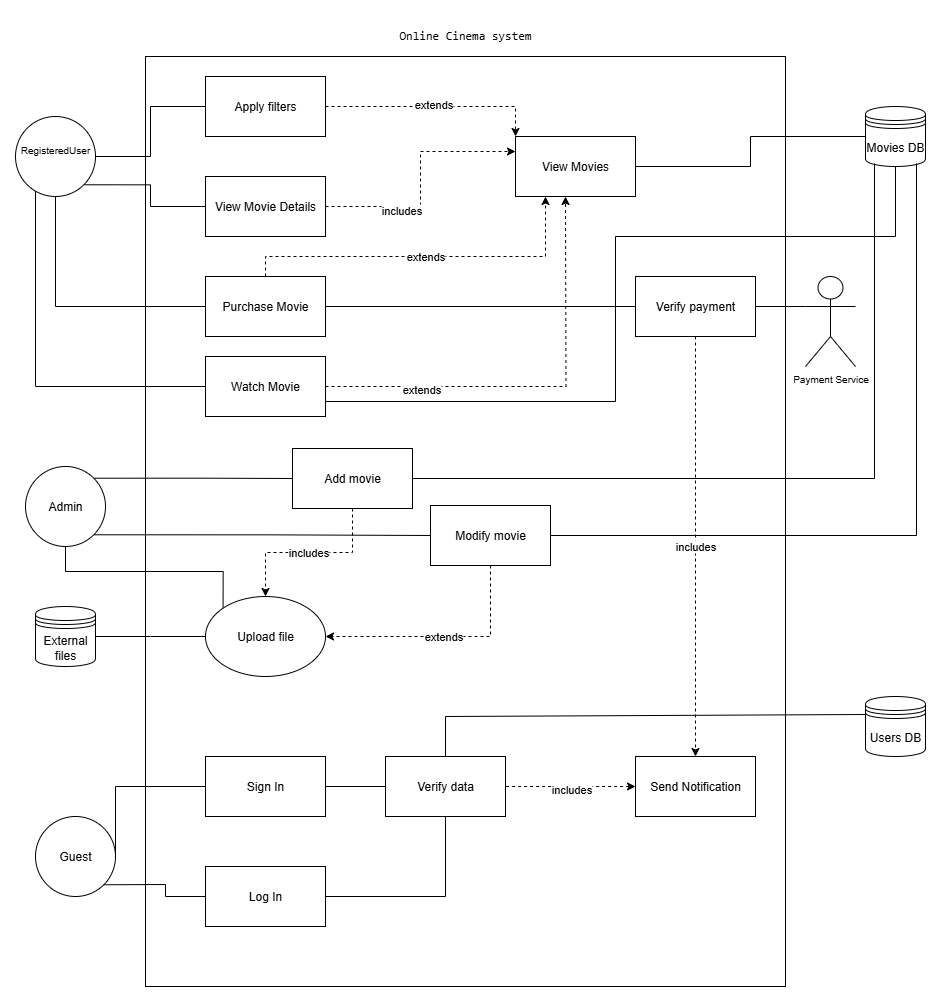
Above: cinema-uml-project/diagrams/use-case.png in karmazio/cpp-programming-course (draw.io), before the change. Source tidied: cells renumbered, new cells last; positions are measured from the earlier drawing's top-left corner, leaving out a move shared by most shapes.
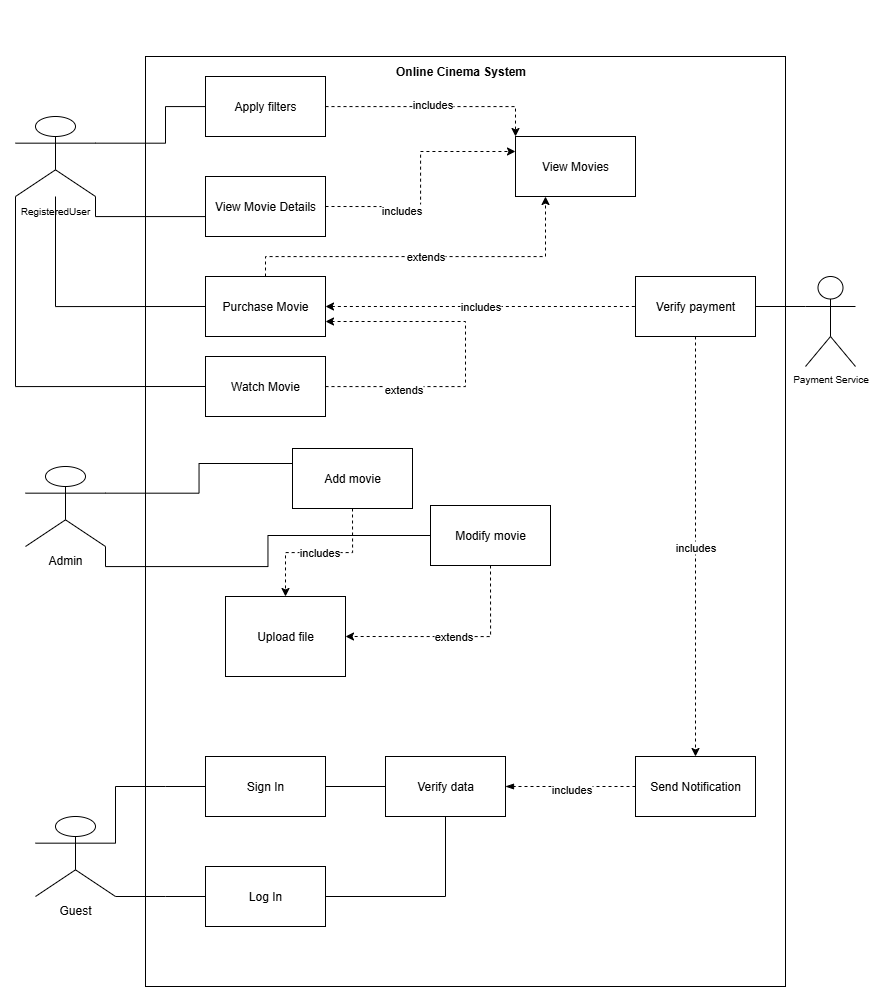
After the commit.

Commit message:
Homework 7: second commit UML fixes

Change to the diagram source:
```diff
@@ -2,42 +2,48 @@
   <root>
     <mxCell id="0" />
     <mxCell id="1" parent="0" />
-    <mxCell id="2" value="&lt;pre style=&quot;padding-top: 0px;&quot;&gt;Online Cinema system&lt;/pre&gt;" style="rounded=0;whiteSpace=wrap;html=1;align=center;labelPosition=center;verticalLabelPosition=top;verticalAlign=bottom;textDirection=ltr;" parent="1" vertex="1">
+    <mxCell id="2" value="&lt;pre style=&quot;padding-top: 0px;&quot;&gt;&lt;br&gt;&lt;/pre&gt;" style="rounded=0;whiteSpace=wrap;html=1;align=center;labelPosition=center;verticalLabelPosition=top;verticalAlign=bottom;textDirection=ltr;" parent="1" vertex="1">
       <mxGeometry x="130" width="640" height="930" as="geometry" />
     </mxCell>
-    <mxCell id="3" value="Guest" style="ellipse;whiteSpace=wrap;html=1;labelPosition=center;verticalLabelPosition=middle;align=center;verticalAlign=middle;" parent="1" vertex="1">
+    <mxCell id="3" value="Guest" style="whiteSpace=wrap;html=1;labelPosition=center;verticalLabelPosition=bottom;align=center;verticalAlign=top;shape=umlActor;" parent="1" vertex="1">
       <mxGeometry x="20" y="760" width="80" height="80" as="geometry" />
     </mxCell>
-    <mxCell id="4" style="edgeStyle=orthogonalEdgeStyle;rounded=0;jettySize=auto;html=1;endArrow=none;endFill=0;" parent="1" edge="1" source="8" target="16">
-      <mxGeometry relative="1" as="geometry" />
+    <mxCell id="4" style="edgeStyle=orthogonalEdgeStyle;rounded=0;jettySize=auto;html=1;endArrow=none;endFill=0;exitX=1;exitY=0.3333333333333333;exitDx=0;exitDy=0;exitPerimeter=0;" parent="1" edge="1" source="8" target="16">
+      <mxGeometry relative="1" as="geometry">
+        <Array as="points">
+          <mxPoint x="150" y="87" />
+          <mxPoint x="150" y="50" />
+        </Array>
+      </mxGeometry>
     </mxCell>
-    <mxCell id="5" style="edgeStyle=orthogonalEdgeStyle;rounded=0;jettySize=auto;html=1;exitX=1;exitY=1;exitDx=0;exitDy=0;entryX=0;entryY=0.5;entryDx=0;entryDy=0;endArrow=none;endFill=0;" parent="1" edge="1" source="8" target="19">
-      <mxGeometry relative="1" as="geometry" />
+    <mxCell id="5" style="edgeStyle=orthogonalEdgeStyle;rounded=0;jettySize=auto;html=1;endArrow=none;endFill=0;exitX=1;exitY=1;exitDx=0;exitDy=0;exitPerimeter=0;entryX=0;entryY=0.75;entryDx=0;entryDy=0;" parent="1" edge="1" source="8" target="19">
+      <mxGeometry relative="1" as="geometry">
+        <Array as="points">
+          <mxPoint x="80" y="160" />
+          <mxPoint x="190" y="160" />
+        </Array>
+      </mxGeometry>
     </mxCell>
     <mxCell id="6" style="edgeStyle=orthogonalEdgeStyle;rounded=0;jettySize=auto;html=1;exitX=0.5;exitY=1;exitDx=0;exitDy=0;entryX=0;entryY=0.5;entryDx=0;entryDy=0;endArrow=none;endFill=0;" parent="1" edge="1" source="8" target="36">
       <mxGeometry relative="1" as="geometry" />
     </mxCell>
-    <mxCell id="7" style="edgeStyle=orthogonalEdgeStyle;rounded=0;jettySize=auto;html=1;exitX=0;exitY=1;exitDx=0;exitDy=0;entryX=0;entryY=0.5;entryDx=0;entryDy=0;endArrow=none;endFill=0;" parent="1" edge="1" source="8" target="44">
+    <mxCell id="7" style="edgeStyle=orthogonalEdgeStyle;rounded=0;jettySize=auto;html=1;exitX=0;exitY=1;exitDx=0;exitDy=0;entryX=0;entryY=0.5;entryDx=0;entryDy=0;endArrow=none;endFill=0;exitPerimeter=0;" parent="1" edge="1" source="8" target="44">
       <mxGeometry relative="1" as="geometry">
         <Array as="points">
-          <mxPoint x="20" y="128" />
-          <mxPoint x="20" y="330" />
+          <mxPoint y="330" />
         </Array>
       </mxGeometry>
     </mxCell>
-    <mxCell id="8" value="&lt;font style=&quot;font-size: 10px;&quot;&gt;RegisteredUser&lt;/font&gt;&lt;div&gt;&lt;br&gt;&lt;/div&gt;" style="ellipse;whiteSpace=wrap;html=1;" parent="1" vertex="1">
+    <mxCell id="8" value="&lt;font style=&quot;font-size: 10px;&quot;&gt;RegisteredUser&lt;/font&gt;&lt;div&gt;&lt;br&gt;&lt;/div&gt;" style="whiteSpace=wrap;html=1;shape=umlActor;verticalLabelPosition=bottom;verticalAlign=top;" parent="1" vertex="1">
       <mxGeometry y="60" width="80" height="80" as="geometry" />
     </mxCell>
-    <mxCell id="9" style="edgeStyle=orthogonalEdgeStyle;rounded=0;jettySize=auto;html=1;exitX=1;exitY=0;exitDx=0;exitDy=0;endArrow=none;endFill=0;" parent="1" edge="1" source="12" target="48">
+    <mxCell id="9" style="edgeStyle=orthogonalEdgeStyle;rounded=0;jettySize=auto;html=1;exitX=1;exitY=0.3333333333333333;exitDx=0;exitDy=0;endArrow=none;endFill=0;entryX=0;entryY=0.25;entryDx=0;entryDy=0;exitPerimeter=0;" parent="1" edge="1" source="12" target="48">
       <mxGeometry relative="1" as="geometry" />
     </mxCell>
     <mxCell id="10" style="edgeStyle=orthogonalEdgeStyle;rounded=0;jettySize=auto;html=1;exitX=1;exitY=1;exitDx=0;exitDy=0;entryX=0;entryY=0.5;entryDx=0;entryDy=0;endArrow=none;endFill=0;" parent="1" edge="1" source="12" target="50">
       <mxGeometry relative="1" as="geometry" />
     </mxCell>
-    <mxCell id="11" style="edgeStyle=orthogonalEdgeStyle;rounded=0;jettySize=auto;html=1;exitX=0.5;exitY=1;exitDx=0;exitDy=0;entryX=0;entryY=0;entryDx=0;entryDy=0;endArrow=none;endFill=0;" parent="1" edge="1" source="12" target="51">
-      <mxGeometry relative="1" as="geometry" />
-    </mxCell>
-    <mxCell id="12" value="Admin" style="ellipse;whiteSpace=wrap;html=1;" parent="1" vertex="1">
+    <mxCell id="12" value="Admin" style="whiteSpace=wrap;html=1;shape=umlActor;verticalLabelPosition=bottom;verticalAlign=top;" parent="1" vertex="1">
       <mxGeometry x="10" y="410" width="80" height="80" as="geometry" />
     </mxCell>
     <mxCell id="13" value="View Movies" style="rounded=0;whiteSpace=wrap;html=1;" parent="1" vertex="1">
@@ -46,7 +52,7 @@
     <mxCell id="14" style="edgeStyle=orthogonalEdgeStyle;rounded=0;jettySize=auto;html=1;entryX=0;entryY=0;entryDx=0;entryDy=0;dashed=1;" parent="1" edge="1" source="16" target="13">
       <mxGeometry relative="1" as="geometry" />
     </mxCell>
-    <mxCell id="15" value="extends" style="edgeLabel;html=1;align=center;verticalAlign=middle;" parent="14" vertex="1">
+    <mxCell id="15" value="includes" style="edgeLabel;html=1;align=center;verticalAlign=middle;" parent="14" vertex="1">
       <mxGeometry x="-0.03" y="3" relative="1" as="geometry" />
     </mxCell>
     <mxCell id="16" value="Apply filters" style="rounded=0;whiteSpace=wrap;html=1;" parent="1" vertex="1">
@@ -61,22 +67,13 @@
     <mxCell id="19" value="View Movie Details" style="rounded=0;whiteSpace=wrap;html=1;" parent="1" vertex="1">
       <mxGeometry x="190" y="120" width="120" height="60" as="geometry" />
     </mxCell>
-    <mxCell id="20" style="edgeStyle=orthogonalEdgeStyle;rounded=0;jettySize=auto;html=1;entryX=1;entryY=0.5;entryDx=0;entryDy=0;endArrow=none;endFill=0;" parent="1" edge="1" source="21" target="13">
-      <mxGeometry relative="1" as="geometry" />
-    </mxCell>
-    <mxCell id="21" value="Movies DB" style="shape=datastore;whiteSpace=wrap;html=1;" parent="1" vertex="1">
-      <mxGeometry x="850" y="50" width="60" height="60" as="geometry" />
-    </mxCell>
-    <mxCell id="22" value="Users DB" style="shape=datastore;whiteSpace=wrap;html=1;" parent="1" vertex="1">
-      <mxGeometry x="850" y="640" width="60" height="60" as="geometry" />
-    </mxCell>
     <mxCell id="23" value="Sign In" style="rounded=0;whiteSpace=wrap;html=1;" parent="1" vertex="1">
       <mxGeometry x="190" y="700" width="120" height="60" as="geometry" />
     </mxCell>
     <mxCell id="24" value="Verify data" style="rounded=0;whiteSpace=wrap;html=1;" parent="1" vertex="1">
       <mxGeometry x="370" y="700" width="120" height="60" as="geometry" />
     </mxCell>
-    <mxCell id="25" style="edgeStyle=orthogonalEdgeStyle;rounded=0;jettySize=auto;html=1;exitX=0;exitY=0.5;exitDx=0;exitDy=0;entryX=1;entryY=0.5;entryDx=0;entryDy=0;dashed=1;endArrow=none;endFill=0;startArrow=classic;startFill=1;" parent="1" edge="1" source="27" target="24">
+    <mxCell id="25" style="edgeStyle=orthogonalEdgeStyle;rounded=0;jettySize=auto;html=1;exitX=0;exitY=0.5;exitDx=0;exitDy=0;entryX=1;entryY=0.5;entryDx=0;entryDy=0;dashed=1;endArrow=blockThin;endFill=1;startArrow=none;startFill=0;" parent="1" edge="1" source="27" target="24">
       <mxGeometry relative="1" as="geometry" />
     </mxCell>
     <mxCell id="26" value="includes" style="edgeLabel;html=1;align=center;verticalAlign=middle;" parent="25" vertex="1">
@@ -85,30 +82,23 @@
     <mxCell id="27" value="Send Notification" style="rounded=0;whiteSpace=wrap;html=1;" parent="1" vertex="1">
       <mxGeometry x="620" y="700" width="120" height="60" as="geometry" />
     </mxCell>
-    <mxCell id="28" style="endArrow=none;html=1;rounded=0;entryX=0;entryY=0.5;entryDx=0;entryDy=0;exitX=1;exitY=0.5;exitDx=0;exitDy=0;" parent="1" edge="1" source="3" target="23">
+    <mxCell id="28" style="endArrow=none;html=1;rounded=0;entryX=0;entryY=0.5;entryDx=0;entryDy=0;exitX=1;exitY=0.3333333333333333;exitDx=0;exitDy=0;exitPerimeter=0;" parent="1" edge="1" source="3" target="23">
       <mxGeometry relative="1" as="geometry">
         <Array as="points">
           <mxPoint x="100" y="730" />
+          <mxPoint x="150" y="730" />
         </Array>
       </mxGeometry>
     </mxCell>
     <mxCell id="29" style="endArrow=none;html=1;rounded=0;entryX=0;entryY=0.5;entryDx=0;entryDy=0;exitX=1;exitY=0.5;exitDx=0;exitDy=0;" parent="1" edge="1" source="23" target="24">
       <mxGeometry relative="1" as="geometry" />
     </mxCell>
-    <mxCell id="30" style="endArrow=none;html=1;rounded=0;exitX=0.5;exitY=0;exitDx=0;exitDy=0;entryX=0;entryY=0.3;entryDx=0;entryDy=0;" parent="1" edge="1" source="24" target="22">
-      <mxGeometry relative="1" as="geometry">
-        <Array as="points">
-          <mxPoint x="430" y="660" />
-        </Array>
-      </mxGeometry>
-    </mxCell>
     <mxCell id="31" value="Log In" style="rounded=0;whiteSpace=wrap;html=1;" parent="1" vertex="1">
       <mxGeometry x="190" y="810" width="120" height="60" as="geometry" />
     </mxCell>
     <mxCell id="32" style="endArrow=none;html=1;rounded=0;entryX=0;entryY=0.5;entryDx=0;entryDy=0;exitX=1;exitY=1;exitDx=0;exitDy=0;" parent="1" edge="1" source="3" target="31">
       <mxGeometry relative="1" as="geometry">
         <Array as="points">
-          <mxPoint x="150" y="828" />
           <mxPoint x="150" y="840" />
         </Array>
       </mxGeometry>
@@ -120,7 +110,7 @@
         </Array>
       </mxGeometry>
     </mxCell>
-    <mxCell id="34" style="edgeStyle=orthogonalEdgeStyle;rounded=0;jettySize=auto;html=1;entryX=0;entryY=0.5;entryDx=0;entryDy=0;endArrow=none;endFill=0;" parent="1" edge="1" source="36" target="39">
+    <mxCell id="34" value="includes" style="edgeStyle=orthogonalEdgeStyle;rounded=0;jettySize=auto;html=1;entryX=0;entryY=0.5;entryDx=0;entryDy=0;endArrow=none;endFill=0;startArrow=classic;startFill=1;dashed=1;" parent="1" edge="1" source="36" target="39">
       <mxGeometry relative="1" as="geometry" />
     </mxCell>
     <mxCell id="35" value="extends" style="edgeStyle=orthogonalEdgeStyle;rounded=0;jettySize=auto;html=1;exitX=0.5;exitY=0;exitDx=0;exitDy=0;entryX=0.25;entryY=1;entryDx=0;entryDy=0;dashed=1;" parent="1" edge="1" source="36" target="13">
@@ -146,34 +136,20 @@
     <mxCell id="40" style="edgeStyle=orthogonalEdgeStyle;rounded=0;jettySize=auto;html=1;entryX=0;entryY=0.3333333333333333;entryDx=0;entryDy=0;entryPerimeter=0;endArrow=none;endFill=0;" parent="1" edge="1" source="39" target="37">
       <mxGeometry relative="1" as="geometry" />
     </mxCell>
-    <mxCell id="41" style="edgeStyle=orthogonalEdgeStyle;rounded=0;jettySize=auto;html=1;dashed=1;" parent="1" edge="1" source="44">
+    <mxCell id="41" style="edgeStyle=orthogonalEdgeStyle;rounded=0;jettySize=auto;html=1;dashed=1;entryX=1;entryY=0.75;entryDx=0;entryDy=0;" parent="1" edge="1" source="44" target="36">
       <mxGeometry relative="1" as="geometry">
-        <mxPoint x="550" y="140" as="targetPoint" />
+        <Array as="points">
+          <mxPoint x="450" y="330" />
+          <mxPoint x="450" y="265" />
+        </Array>
       </mxGeometry>
     </mxCell>
     <mxCell id="42" value="extends" style="edgeLabel;html=1;align=center;verticalAlign=middle;" parent="41" vertex="1">
       <mxGeometry x="-0.56" y="-2" relative="1" as="geometry" />
     </mxCell>
-    <mxCell id="43" style="edgeStyle=orthogonalEdgeStyle;rounded=0;jettySize=auto;html=1;exitX=1;exitY=0.75;exitDx=0;exitDy=0;entryX=0.5;entryY=1;entryDx=0;entryDy=0;endArrow=none;endFill=0;" parent="1" edge="1" source="44" target="21">
-      <mxGeometry relative="1" as="geometry">
-        <Array as="points">
-          <mxPoint x="600" y="345" />
-          <mxPoint x="600" y="180" />
-          <mxPoint x="880" y="180" />
-        </Array>
-      </mxGeometry>
-    </mxCell>
     <mxCell id="44" value="Watch Movie" style="rounded=0;whiteSpace=wrap;html=1;" parent="1" vertex="1">
       <mxGeometry x="190" y="300" width="120" height="60" as="geometry" />
     </mxCell>
-    <mxCell id="45" style="edgeStyle=orthogonalEdgeStyle;rounded=0;jettySize=auto;html=1;endArrow=none;endFill=0;" parent="1" edge="1" source="46">
-      <mxGeometry relative="1" as="geometry">
-        <mxPoint x="190" y="580" as="targetPoint" />
-      </mxGeometry>
-    </mxCell>
-    <mxCell id="46" value="External files" style="shape=datastore;whiteSpace=wrap;html=1;" parent="1" vertex="1">
-      <mxGeometry x="20" y="550" width="60" height="60" as="geometry" />
-    </mxCell>
     <mxCell id="47" value="includes" style="edgeStyle=orthogonalEdgeStyle;rounded=0;jettySize=auto;html=1;exitX=0.5;exitY=1;exitDx=0;exitDy=0;entryX=0.5;entryY=0;entryDx=0;entryDy=0;dashed=1;" parent="1" edge="1" source="48" target="51">
       <mxGeometry relative="1" as="geometry" />
     </mxCell>
@@ -186,14 +162,11 @@
     <mxCell id="50" value="Modify movie" style="rounded=0;whiteSpace=wrap;html=1;" parent="1" vertex="1">
       <mxGeometry x="415" y="449" width="120" height="60" as="geometry" />
     </mxCell>
-    <mxCell id="51" value="Upload file" style="ellipse;whiteSpace=wrap;html=1;" parent="1" vertex="1">
-      <mxGeometry x="190" y="540" width="120" height="80" as="geometry" />
+    <mxCell id="51" value="Upload file" style="whiteSpace=wrap;html=1;rounded=0;" parent="1" vertex="1">
+      <mxGeometry x="210" y="540" width="120" height="80" as="geometry" />
     </mxCell>
-    <mxCell id="52" style="edgeStyle=orthogonalEdgeStyle;rounded=0;jettySize=auto;html=1;exitX=1;exitY=0.5;exitDx=0;exitDy=0;entryX=0.15;entryY=0.95;entryDx=0;entryDy=0;entryPerimeter=0;endArrow=none;endFill=0;" parent="1" edge="1" source="48" target="21">
-      <mxGeometry relative="1" as="geometry" />
-    </mxCell>
-    <mxCell id="53" style="edgeStyle=orthogonalEdgeStyle;rounded=0;jettySize=auto;html=1;exitX=1;exitY=0.5;exitDx=0;exitDy=0;entryX=0.85;entryY=0.95;entryDx=0;entryDy=0;entryPerimeter=0;endArrow=none;endFill=0;" parent="1" edge="1" source="50" target="21">
-      <mxGeometry relative="1" as="geometry" />
-    </mxCell>
+    <mxCell id="54" value="Online Cinema System" style="text;html=1;align=center;verticalAlign=middle;strokeColor=none;fillColor=none;fontStyle=1;" parent="1" vertex="1">
+      <mxGeometry x="370" width="150" height="30" as="geometry" />
+    </mxCell>
   </root>
 </mxGraphModel>
```
